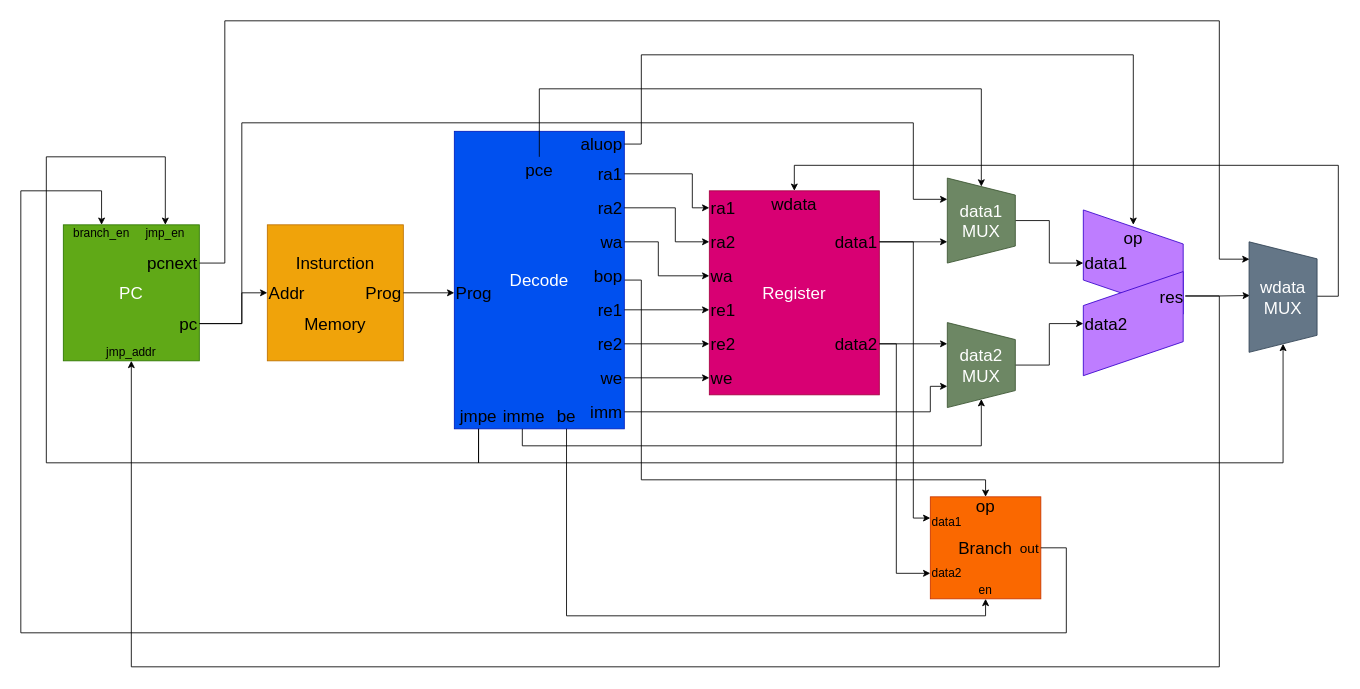
accomdemy/accomdemy_rv32i keeps this draw.io diagram as img/cpu.drawio. Above is the earlier version. Source tidied: cells renumbered, new cells numbered last; positions are measured from the earlier drawing's top-left corner, leaving out a move shared by most shapes. Both pictures are drawn from the tidied source at 85%, with x=0, y=0 at pixel (20, 20).
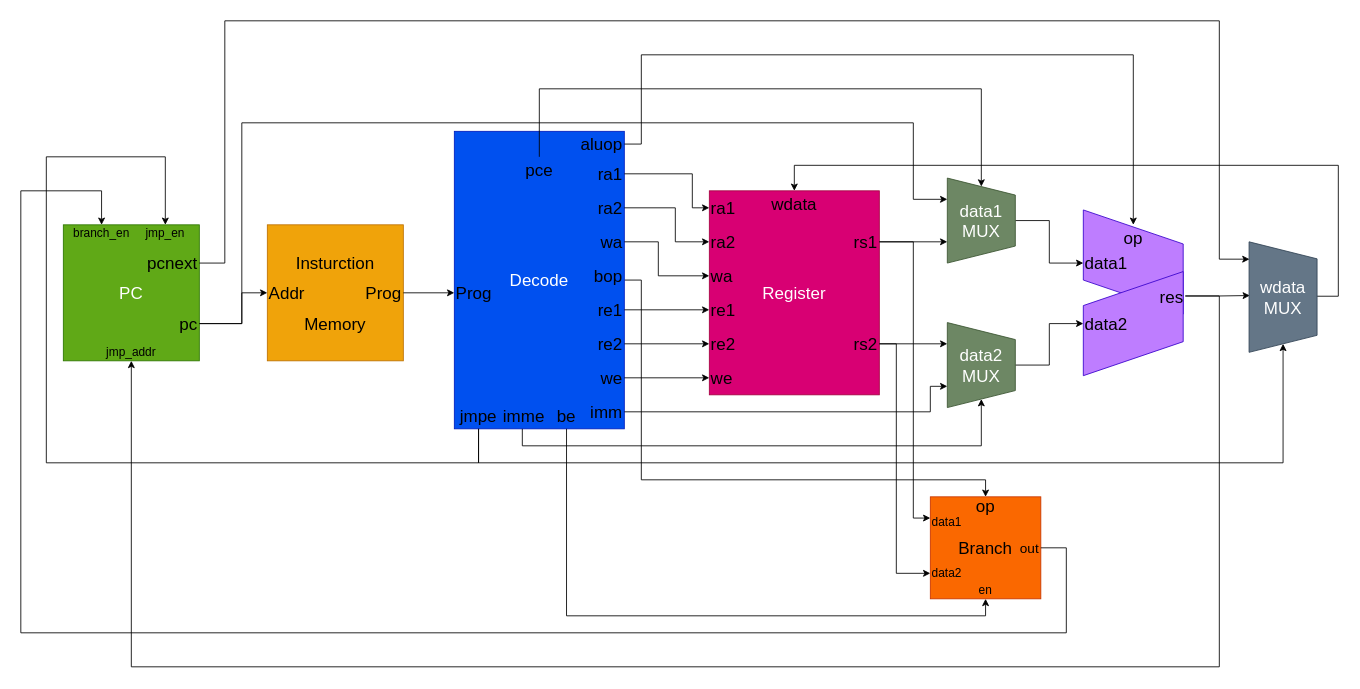
After the change.

What changed in the source:
```diff
@@
-    <mxCell id="38" value="data1" style="text;html=1;strokeColor=none;fillColor=none;align=right;verticalAlign=middle;whiteSpace=wrap;rounded=0;fontSize=20;" parent="1" vertex="1">
+    <mxCell id="38" value="rs1" style="text;html=1;strokeColor=none;fillColor=none;align=right;verticalAlign=middle;whiteSpace=wrap;rounded=0;fontSize=20;" parent="1" vertex="1">
       <mxGeometry x="950" y="245" width="60" height="30" as="geometry" />
     </mxCell>
@@
-    <mxCell id="41" value="data2" style="text;html=1;strokeColor=none;fillColor=none;align=right;verticalAlign=middle;whiteSpace=wrap;rounded=0;fontSize=20;" parent="1" vertex="1">
+    <mxCell id="41" value="rs2" style="text;html=1;strokeColor=none;fillColor=none;align=right;verticalAlign=middle;whiteSpace=wrap;rounded=0;fontSize=20;" parent="1" vertex="1">
       <mxGeometry x="950" y="365" width="60" height="30" as="geometry" />
     </mxCell>
```
